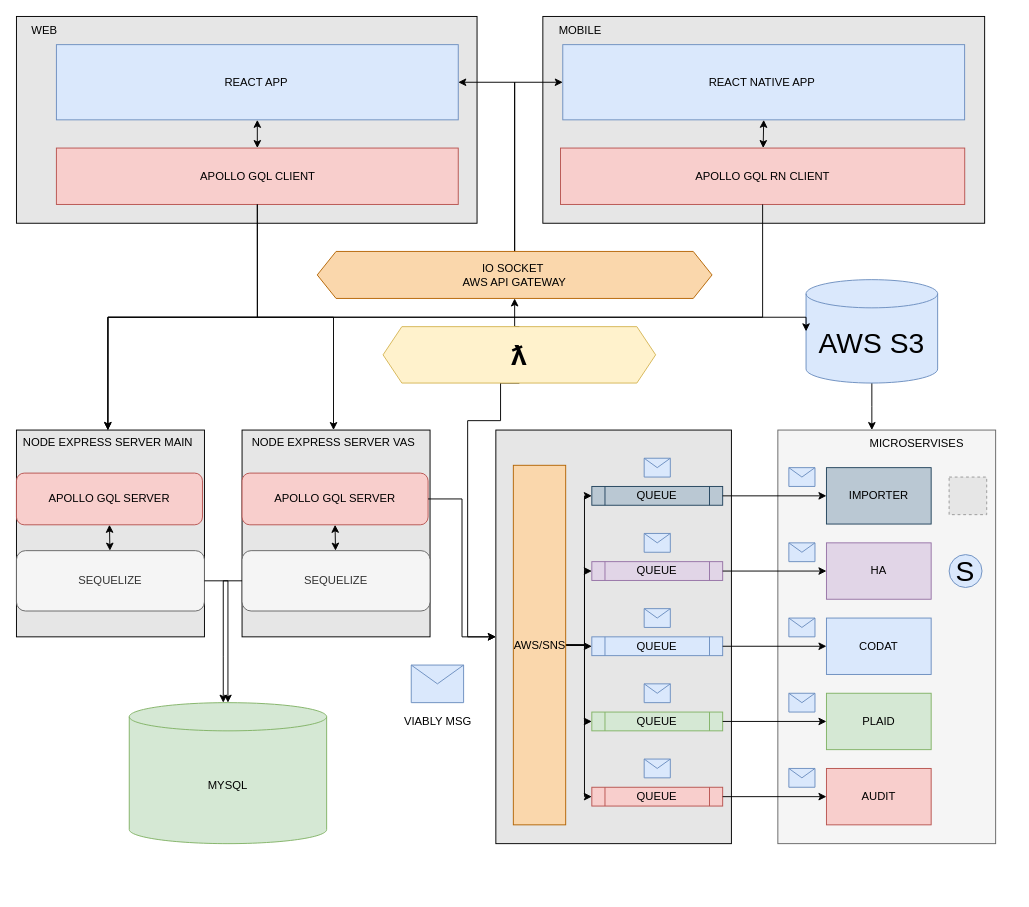
Earlier version of the draw.io diagram Untitled Diagram.drawio (nudelx/dotstuff). Source tidied: cells renumbered, new cells numbered last; positions are measured from the earlier drawing's top-left corner, leaving out a move shared by most shapes. Both pictures are drawn from the tidied source at 94%, with x=0, y=0 at pixel (16, 16). Pictures stored in the file or linked from it are replaced by grey dashed boxes.
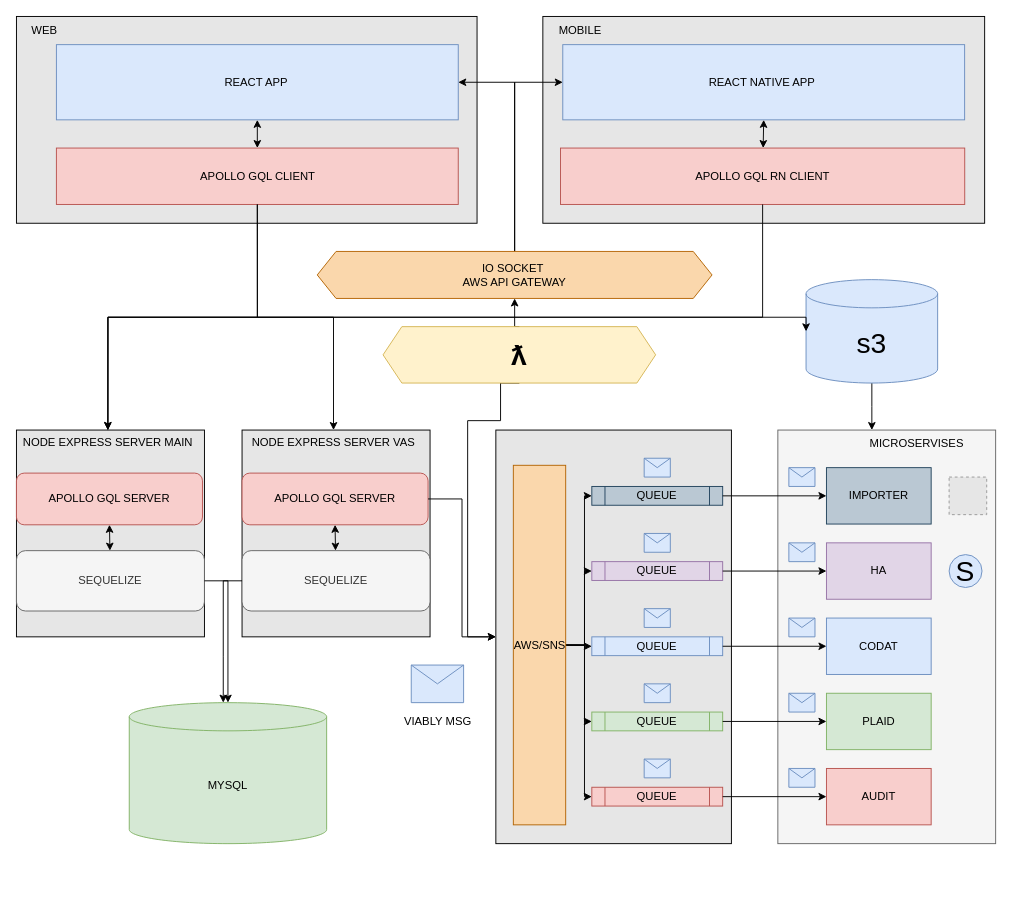
Above is the later version.

The edit, as a diff of the source:
```diff
@@
-    <mxCell id="81" value="AWS S3" style="shape=cylinder3;whiteSpace=wrap;html=1;boundedLbl=1;backgroundOutline=1;size=15;rounded=0;glass=0;fontSize=30;fillColor=#dae8fc;strokeColor=#6c8ebf;" parent="1" vertex="1">
+    <mxCell id="81" value="s3" style="shape=cylinder3;whiteSpace=wrap;html=1;boundedLbl=1;backgroundOutline=1;size=15;rounded=0;glass=0;fontSize=30;fillColor=#dae8fc;strokeColor=#6c8ebf;" parent="1" vertex="1">
       <mxGeometry x="840" y="280" width="140" height="110" as="geometry" />
     </mxCell>
```
